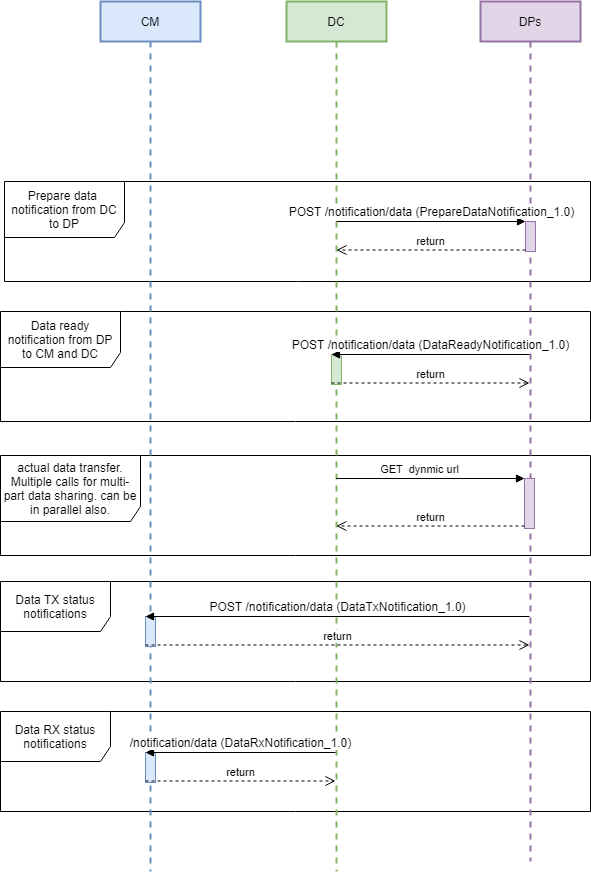
Before: seqDiagram/dataFlow.png, a diagram exported from draw.io (iSPIRT/DEPA). Source tidied: cells renumbered, new cells last; positions are measured from the earlier drawing's top-left corner, leaving out a move shared by most shapes.
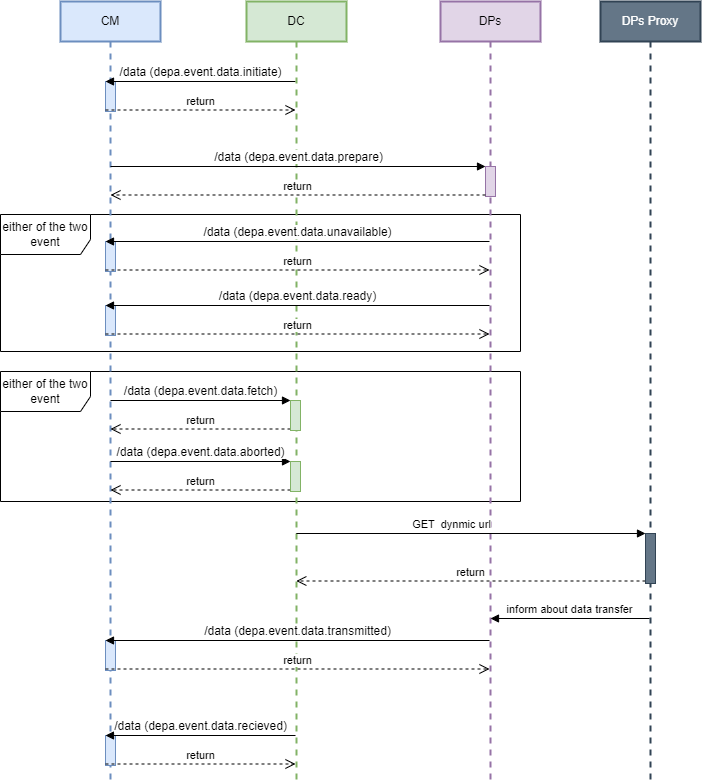
After the commit.

Diff of the diagram source:
```diff
@@ -1,87 +1,143 @@
-<mxGraphModel>
+<mxGraphModel background="#FFFFFF">
   <root>
     <mxCell id="0" />
     <mxCell id="1" parent="0" />
-    <mxCell id="2" value="Data TX status notifications" style="shape=umlFrame;whiteSpace=wrap;html=1;width=110;height=50;" parent="1" vertex="1">
-      <mxGeometry y="580" width="590" height="100" as="geometry" />
-    </mxCell>
-    <mxCell id="3" value="Prepare data&amp;nbsp; notification from DC to DP" style="shape=umlFrame;whiteSpace=wrap;html=1;width=120;height=56;" parent="1" vertex="1">
-      <mxGeometry x="4" y="180" width="586" height="100" as="geometry" />
-    </mxCell>
-    <mxCell id="4" value="Data ready notification from DP to CM and DC" style="shape=umlFrame;whiteSpace=wrap;html=1;width=120;height=56;" parent="1" vertex="1">
-      <mxGeometry y="310" width="590" height="110" as="geometry" />
-    </mxCell>
-    <mxCell id="5" value="Data RX status notifications" style="shape=umlFrame;whiteSpace=wrap;html=1;width=110;height=50;" parent="1" vertex="1">
-      <mxGeometry y="710" width="590" height="100" as="geometry" />
-    </mxCell>
-    <mxCell id="6" value="actual data transfer. Multiple calls for multi-part data sharing. can be in parallel also." style="shape=umlFrame;whiteSpace=wrap;html=1;width=140;height=66;" parent="1" vertex="1">
-      <mxGeometry y="454" width="590" height="100" as="geometry" />
-    </mxCell>
+    <mxCell id="25" value="either of the two event" style="shape=umlFrame;whiteSpace=wrap;html=1;width=90;height=40;" parent="1" vertex="1">
+      <mxGeometry x="40" y="213" width="520" height="137" as="geometry" />
+    </mxCell>
+    <mxCell id="26" value="either of the two event" style="shape=umlFrame;whiteSpace=wrap;html=1;width=90;height=40;" parent="1" vertex="1">
+      <mxGeometry x="40" y="370" width="520" height="130" as="geometry" />
+    </mxCell>
     <mxCell id="7" value="CM" style="shape=umlLifeline;perimeter=lifelinePerimeter;whiteSpace=wrap;html=1;fillColor=#dae8fc;strokeColor=#6c8ebf;strokeWidth=2;" parent="1" vertex="1">
-      <mxGeometry x="100" width="100" height="870" as="geometry" />
+      <mxGeometry x="100" width="100" height="780" as="geometry" />
     </mxCell>
+    <mxCell id="9" style="html=1;points=[];perimeter=orthogonalPerimeter;fillColor=#dae8fc;strokeColor=#6c8ebf;" parent="7" vertex="1">
+      <mxGeometry x="45" y="304" width="10" height="30" as="geometry" />
+    </mxCell>
+    <mxCell id="27" style="html=1;points=[];perimeter=orthogonalPerimeter;fillColor=#dae8fc;strokeColor=#6c8ebf;" parent="7" vertex="1">
+      <mxGeometry x="45" y="80" width="10" height="30" as="geometry" />
+    </mxCell>
+    <mxCell id="28" value="&lt;span style=&quot;font-size: 12px&quot;&gt;/data&amp;nbsp;&lt;/span&gt;&lt;span style=&quot;font-size: 12px&quot;&gt;(depa.event.data.initiate)&lt;/span&gt;" style="html=1;verticalAlign=bottom;endArrow=block;entryX=0;entryY=0;" parent="7" edge="1" target="27">
+      <mxGeometry relative="1" as="geometry">
+        <mxPoint x="235" y="80" as="sourcePoint" />
+      </mxGeometry>
+    </mxCell>
+    <mxCell id="29" value="return" style="html=1;verticalAlign=bottom;endArrow=open;dashed=1;endSize=8;exitX=0;exitY=0.95;" parent="7" edge="1" source="27">
+      <mxGeometry relative="1" as="geometry">
+        <mxPoint x="235" y="108.5" as="targetPoint" />
+      </mxGeometry>
+    </mxCell>
+    <mxCell id="30" style="html=1;points=[];perimeter=orthogonalPerimeter;fillColor=#dae8fc;strokeColor=#6c8ebf;" parent="7" vertex="1">
+      <mxGeometry x="45" y="240" width="10" height="30" as="geometry" />
+    </mxCell>
     <mxCell id="8" value="DC" style="shape=umlLifeline;perimeter=lifelinePerimeter;whiteSpace=wrap;html=1;strokeWidth=2;fillColor=#d5e8d4;strokeColor=#82b366;" parent="1" vertex="1">
-      <mxGeometry x="286" width="100" height="870" as="geometry" />
+      <mxGeometry x="286" width="100" height="780" as="geometry" />
     </mxCell>
-    <mxCell id="9" style="html=1;points=[];perimeter=orthogonalPerimeter;fillColor=#d5e8d4;strokeColor=#82b366;" parent="8" vertex="1">
-      <mxGeometry x="45" y="353" width="10" height="30" as="geometry" />
-    </mxCell>
+    <mxCell id="31" value="&lt;span style=&quot;font-size: 12px&quot;&gt;/data&amp;nbsp;&lt;/span&gt;&lt;span style=&quot;font-size: 12px&quot;&gt;(depa.event.data.aborted)&lt;/span&gt;&lt;span style=&quot;font-size: 12px&quot;&gt;&lt;br&gt;&lt;/span&gt;" style="html=1;verticalAlign=bottom;endArrow=block;entryX=0;entryY=0;" parent="8" edge="1" target="33">
+      <mxGeometry relative="1" as="geometry">
+        <mxPoint x="-136" y="460" as="sourcePoint" />
+      </mxGeometry>
+    </mxCell>
+    <mxCell id="32" value="return" style="html=1;verticalAlign=bottom;endArrow=open;dashed=1;endSize=8;exitX=0;exitY=0.95;" parent="8" edge="1" source="33">
+      <mxGeometry relative="1" as="geometry">
+        <mxPoint x="-136" y="488.5" as="targetPoint" />
+      </mxGeometry>
+    </mxCell>
+    <mxCell id="33" style="html=1;points=[];perimeter=orthogonalPerimeter;fillColor=#d5e8d4;strokeColor=#82b366;" parent="8" vertex="1">
+      <mxGeometry x="44" y="460" width="10" height="30" as="geometry" />
+    </mxCell>
     <mxCell id="10" value="DPs" style="shape=umlLifeline;perimeter=lifelinePerimeter;whiteSpace=wrap;html=1;outlineConnect=0;fillColor=#e1d5e7;strokeColor=#9673a6;strokeWidth=2;" parent="1" vertex="1">
-      <mxGeometry x="480" width="100" height="860" as="geometry" />
+      <mxGeometry x="480" width="100" height="780" as="geometry" />
     </mxCell>
-    <mxCell id="11" style="html=1;points=[];perimeter=orthogonalPerimeter;fillColor=#e1d5e7;strokeColor=#9673a6;" parent="10" vertex="1">
-      <mxGeometry x="44" y="477" width="10" height="50" as="geometry" />
-    </mxCell>
     <mxCell id="12" style="html=1;points=[];perimeter=orthogonalPerimeter;fillColor=#e1d5e7;strokeColor=#9673a6;" parent="10" vertex="1">
-      <mxGeometry x="45" y="220" width="10" height="30" as="geometry" />
+      <mxGeometry x="45" y="165" width="10" height="30" as="geometry" />
     </mxCell>
+    <mxCell id="34" value="&lt;span style=&quot;font-size: 12px&quot;&gt;/data&amp;nbsp;&lt;/span&gt;&lt;span style=&quot;font-size: 12px&quot;&gt;(depa.event.data.fetch)&lt;/span&gt;&lt;span style=&quot;font-size: 12px&quot;&gt;&lt;br&gt;&lt;/span&gt;" style="html=1;verticalAlign=bottom;endArrow=block;entryX=0;entryY=0;" parent="10" edge="1" target="38">
+      <mxGeometry relative="1" as="geometry">
+        <mxPoint x="-330" y="399" as="sourcePoint" />
+      </mxGeometry>
+    </mxCell>
+    <mxCell id="35" value="return" style="html=1;verticalAlign=bottom;endArrow=open;dashed=1;endSize=8;exitX=0;exitY=0.95;" parent="10" edge="1" source="38">
+      <mxGeometry relative="1" as="geometry">
+        <mxPoint x="-330" y="427.5" as="targetPoint" />
+      </mxGeometry>
+    </mxCell>
-    <mxCell id="13" value="&lt;span style=&quot;font-size: 12px&quot;&gt;POST /notification/data&amp;nbsp;&lt;/span&gt;&lt;span style=&quot;font-size: 12px&quot;&gt;(DataReadyNotification_1.0)&lt;/span&gt;&lt;span style=&quot;font-size: 12px&quot;&gt;&lt;br&gt;&lt;/span&gt;" style="html=1;verticalAlign=bottom;endArrow=block;entryX=0;entryY=0;" parent="1" edge="1" source="10" target="9">
-      <mxGeometry relative="1" as="geometry" />
+    <mxCell id="13" value="&lt;span style=&quot;font-size: 12px&quot;&gt;/data&amp;nbsp;&lt;/span&gt;&lt;span style=&quot;font-size: 12px&quot;&gt;(depa.event.data.ready)&lt;/span&gt;&lt;span style=&quot;font-size: 12px&quot;&gt;&lt;br&gt;&lt;/span&gt;" style="html=1;verticalAlign=bottom;endArrow=block;entryX=0;entryY=0;" parent="1" edge="1" target="9">
+      <mxGeometry relative="1" as="geometry">
+        <mxPoint x="529" y="304" as="sourcePoint" />
+      </mxGeometry>
     </mxCell>
-    <mxCell id="14" value="return" style="html=1;verticalAlign=bottom;endArrow=open;dashed=1;endSize=8;exitX=0;exitY=0.95;" parent="1" edge="1" source="9" target="10">
-      <mxGeometry relative="1" as="geometry" />
+    <mxCell id="14" value="return" style="html=1;verticalAlign=bottom;endArrow=open;dashed=1;endSize=8;exitX=0;exitY=0.95;" parent="1" edge="1" source="9">
+      <mxGeometry relative="1" as="geometry">
+        <mxPoint x="529" y="332.5" as="targetPoint" />
+      </mxGeometry>
     </mxCell>
     <mxCell id="15" value="GET&amp;nbsp; dynmic url" style="html=1;verticalAlign=bottom;endArrow=block;entryX=0;entryY=0;" parent="1" edge="1" target="11">
       <mxGeometry x="-0.11" relative="1" as="geometry">
-        <mxPoint x="335.8" y="477" as="sourcePoint" />
+        <mxPoint x="335.8" y="532" as="sourcePoint" />
       </mxGeometry>
     </mxCell>
     <mxCell id="16" value="return" style="html=1;verticalAlign=bottom;endArrow=open;dashed=1;endSize=8;exitX=0;exitY=0.95;" parent="1" edge="1" source="11">
       <mxGeometry relative="1" as="geometry">
-        <mxPoint x="335.8" y="524.5" as="targetPoint" />
+        <mxPoint x="335.8" y="579.5" as="targetPoint" />
       </mxGeometry>
     </mxCell>
     <mxCell id="17" style="html=1;points=[];perimeter=orthogonalPerimeter;fillColor=#dae8fc;strokeColor=#6c8ebf;" parent="1" vertex="1">
-      <mxGeometry x="145" y="615" width="10" height="30" as="geometry" />
+      <mxGeometry x="145" y="639" width="10" height="30" as="geometry" />
     </mxCell>
-    <mxCell id="18" value="&lt;span style=&quot;font-size: 12px&quot;&gt;POST /notification/data&amp;nbsp;&lt;/span&gt;&lt;span style=&quot;font-size: 12px&quot;&gt;(DataTxNotification_1.0)&lt;/span&gt;" style="html=1;verticalAlign=bottom;endArrow=block;entryX=0;entryY=0;" parent="1" edge="1" source="10" target="17">
-      <mxGeometry relative="1" as="geometry" />
+    <mxCell id="18" value="&lt;span style=&quot;font-size: 12px&quot;&gt;/data&amp;nbsp;&lt;/span&gt;&lt;span style=&quot;font-size: 12px&quot;&gt;(depa.event.data.transmitted)&lt;/span&gt;" style="html=1;verticalAlign=bottom;endArrow=block;entryX=0;entryY=0;" parent="1" edge="1" target="17">
+      <mxGeometry relative="1" as="geometry">
+        <mxPoint x="529" y="639" as="sourcePoint" />
+      </mxGeometry>
     </mxCell>
-    <mxCell id="19" value="return" style="html=1;verticalAlign=bottom;endArrow=open;dashed=1;endSize=8;exitX=0;exitY=0.95;" parent="1" edge="1" source="17" target="10">
-      <mxGeometry relative="1" as="geometry" />
+    <mxCell id="19" value="return" style="html=1;verticalAlign=bottom;endArrow=open;dashed=1;endSize=8;exitX=0;exitY=0.95;" parent="1" edge="1" source="17">
+      <mxGeometry relative="1" as="geometry">
+        <mxPoint x="529" y="667.5" as="targetPoint" />
+      </mxGeometry>
     </mxCell>
     <mxCell id="20" style="html=1;points=[];perimeter=orthogonalPerimeter;fillColor=#dae8fc;strokeColor=#6c8ebf;" parent="1" vertex="1">
-      <mxGeometry x="145" y="751" width="10" height="30" as="geometry" />
+      <mxGeometry x="145" y="734" width="10" height="30" as="geometry" />
     </mxCell>
-    <mxCell id="21" value="&lt;span style=&quot;font-size: 12px&quot;&gt;/notification/data&amp;nbsp;&lt;/span&gt;&lt;span style=&quot;font-size: 12px&quot;&gt;(DataRxNotification_1.0)&lt;/span&gt;" style="html=1;verticalAlign=bottom;endArrow=block;entryX=0;entryY=0;" parent="1" edge="1" target="20">
+    <mxCell id="21" value="&lt;span style=&quot;font-size: 12px&quot;&gt;/data&amp;nbsp;&lt;/span&gt;&lt;span style=&quot;font-size: 12px&quot;&gt;(depa.event.data.recieved)&lt;/span&gt;" style="html=1;verticalAlign=bottom;endArrow=block;entryX=0;entryY=0;" parent="1" edge="1" target="20">
       <mxGeometry relative="1" as="geometry">
-        <mxPoint x="335" y="751" as="sourcePoint" />
+        <mxPoint x="335" y="734" as="sourcePoint" />
       </mxGeometry>
     </mxCell>
     <mxCell id="22" value="return" style="html=1;verticalAlign=bottom;endArrow=open;dashed=1;endSize=8;exitX=0;exitY=0.95;" parent="1" edge="1" source="20">
       <mxGeometry relative="1" as="geometry">
-        <mxPoint x="335" y="779.5" as="targetPoint" />
+        <mxPoint x="335" y="762.5" as="targetPoint" />
       </mxGeometry>
     </mxCell>
-    <mxCell id="23" value="&lt;span style=&quot;font-size: 12px&quot;&gt;POST /notification/data&amp;nbsp;&lt;/span&gt;&lt;span style=&quot;font-size: 12px&quot;&gt;(PrepareDataNotification_1.0)&lt;/span&gt;&lt;span style=&quot;font-size: 12px&quot;&gt;&lt;br&gt;&lt;/span&gt;" style="html=1;verticalAlign=bottom;endArrow=block;entryX=0;entryY=0;" parent="1" edge="1" target="12">
+    <mxCell id="23" value="&lt;span style=&quot;font-size: 12px&quot;&gt;/data&amp;nbsp;&lt;/span&gt;&lt;span style=&quot;font-size: 12px&quot;&gt;(depa.event.data.prepare)&lt;/span&gt;&lt;span style=&quot;font-size: 12px&quot;&gt;&lt;br&gt;&lt;/span&gt;" style="html=1;verticalAlign=bottom;endArrow=block;entryX=0;entryY=0;" parent="1" edge="1" target="12">
       <mxGeometry relative="1" as="geometry">
-        <mxPoint x="336" y="220" as="sourcePoint" />
+        <mxPoint x="150" y="165" as="sourcePoint" />
       </mxGeometry>
     </mxCell>
     <mxCell id="24" value="return" style="html=1;verticalAlign=bottom;endArrow=open;dashed=1;endSize=8;exitX=0;exitY=0.95;" parent="1" edge="1" source="12">
       <mxGeometry relative="1" as="geometry">
-        <mxPoint x="336" y="248.5" as="targetPoint" />
+        <mxPoint x="150" y="193.5" as="targetPoint" />
       </mxGeometry>
     </mxCell>
+    <mxCell id="36" value="DPs Proxy" style="shape=umlLifeline;perimeter=lifelinePerimeter;whiteSpace=wrap;html=1;fillColor=#647687;strokeColor=#314354;strokeWidth=2;fontColor=#ffffff;" parent="1" vertex="1">
+      <mxGeometry x="640" width="100" height="780" as="geometry" />
+    </mxCell>
+    <mxCell id="11" style="html=1;points=[];perimeter=orthogonalPerimeter;fillColor=#647687;strokeColor=#314354;fontColor=#ffffff;" parent="36" vertex="1">
+      <mxGeometry x="45" y="532" width="10" height="50" as="geometry" />
+    </mxCell>
+    <mxCell id="37" value="inform about data transfer" style="html=1;verticalAlign=bottom;endArrow=block;rounded=0;" parent="1" edge="1">
+      <mxGeometry relative="1" as="geometry">
+        <mxPoint x="689" y="617" as="sourcePoint" />
+        <mxPoint x="530" y="617" as="targetPoint" />
+      </mxGeometry>
+    </mxCell>
+    <mxCell id="38" style="html=1;points=[];perimeter=orthogonalPerimeter;fillColor=#d5e8d4;strokeColor=#82b366;" parent="1" vertex="1">
+      <mxGeometry x="330" y="399" width="10" height="30" as="geometry" />
+    </mxCell>
+    <mxCell id="39" value="&lt;span style=&quot;font-size: 12px&quot;&gt;/data&amp;nbsp;&lt;/span&gt;&lt;span style=&quot;font-size: 12px&quot;&gt;(depa.event.data.unavailable)&lt;/span&gt;&lt;span style=&quot;font-size: 12px&quot;&gt;&lt;br&gt;&lt;/span&gt;" style="html=1;verticalAlign=bottom;endArrow=block;entryX=0;entryY=0;" parent="1" edge="1" source="10" target="30">
+      <mxGeometry relative="1" as="geometry" />
+    </mxCell>
+    <mxCell id="40" value="return" style="html=1;verticalAlign=bottom;endArrow=open;dashed=1;endSize=8;exitX=0;exitY=0.95;" parent="1" edge="1" source="30" target="10">
+      <mxGeometry relative="1" as="geometry" />
+    </mxCell>
   </root>
 </mxGraphModel>
```
